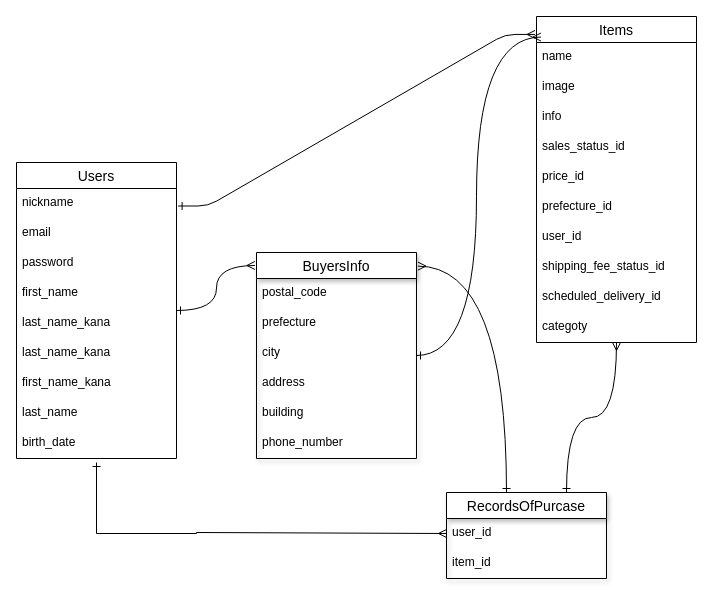
Earlier version of the draw.io diagram page "ページ1" (1 of 2) of entity.dio (Takahashi-Risa/furima-35255). Source tidied: cells renumbered, new cells numbered last; positions are measured from the earlier drawing's top-left corner, leaving out a move shared by most shapes. Both pictures are drawn from the tidied source at 100%, with x=0, y=0 at pixel (16, 16).
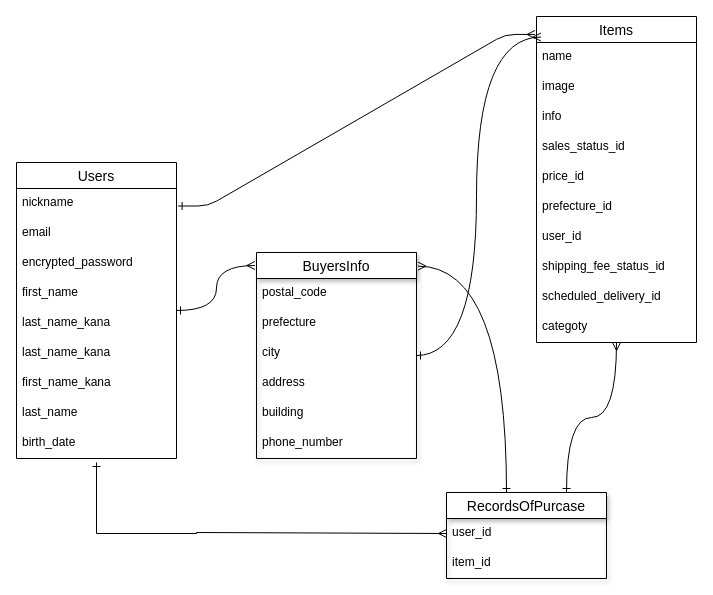
The same page after the edit.

Commit message (it also covers changes not shown here):
データベース設計　修正４

Unchanged cells that the change refers to:
```xml
<mxCell id="3" value="Users" style="swimlane;fontStyle=0;horizontal=1;startSize=26;align=center;fontSize=14;" parent="1" vertex="1">
  <mxGeometry y="146" width="160" height="296" as="geometry" />
</mxCell>
```

The edit, as a diff of the source:
```diff
@@
-    <mxCell id="6" value="password&#10;" style="text;strokeColor=none;fillColor=none;spacingLeft=4;spacingRight=4;overflow=hidden;fontSize=12;" parent="3" vertex="1">
+    <mxCell id="6" value="encrypted_password&#10;" style="text;strokeColor=none;fillColor=none;spacingLeft=4;spacingRight=4;overflow=hidden;fontSize=12;" parent="3" vertex="1">
       <mxGeometry y="86" width="160" height="30" as="geometry" />
     </mxCell>
```
